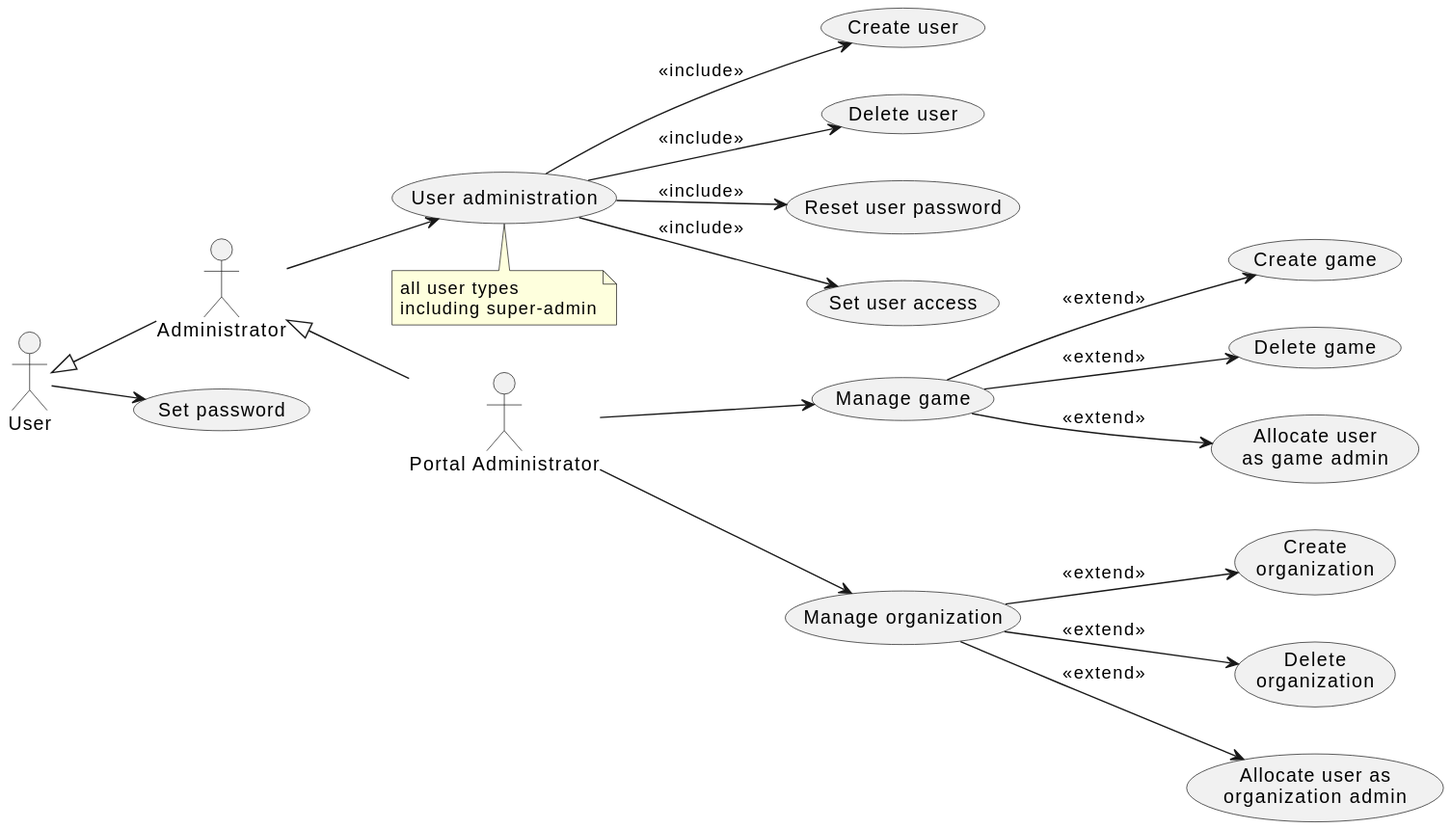
Above: doc/1-use-cases/diagrams/portal-administration.svg in averbraeck/gscg-design (PlantUML), before the change.
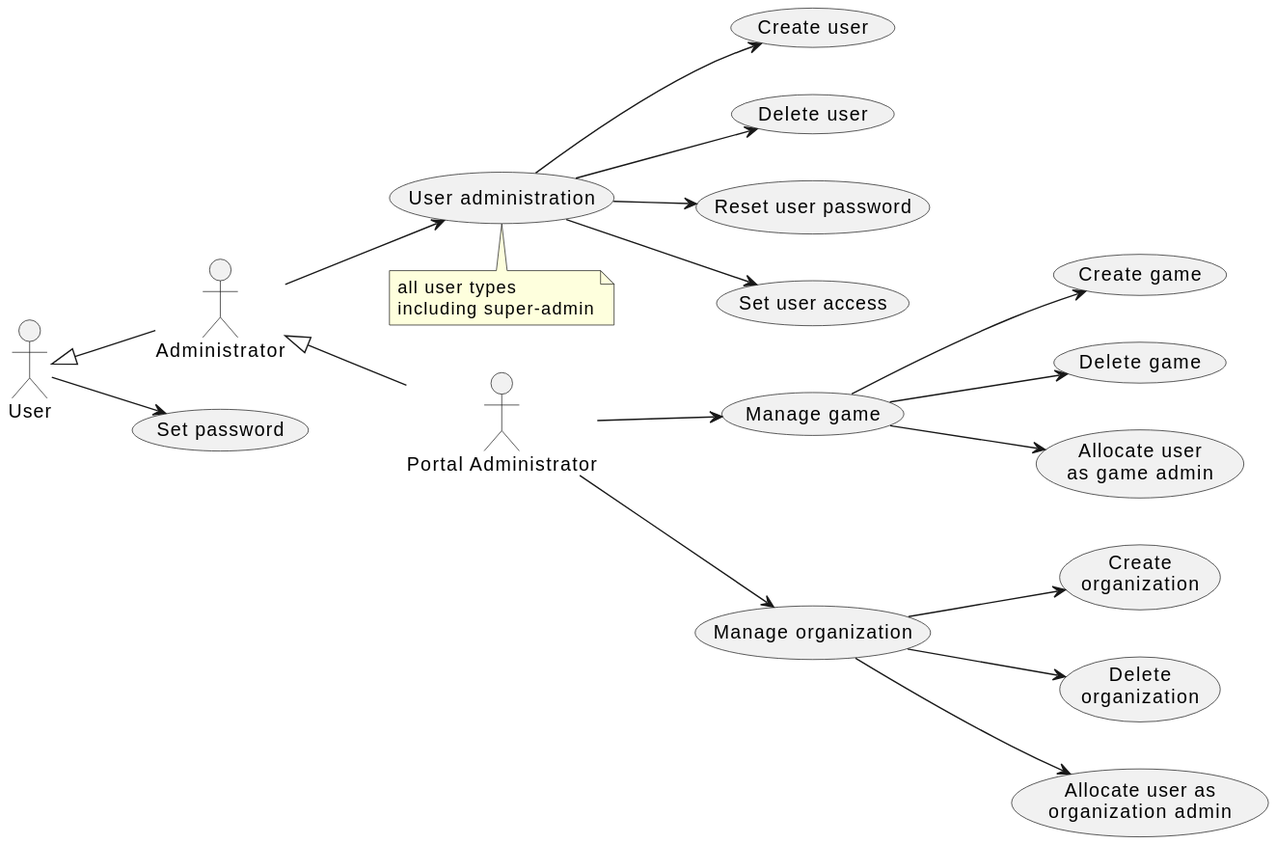
After the commit.

Diff of the diagram source:
```diff
@@ -13,18 +13,18 @@
   including super-admin
 end note
 
-(User administration) --> (Create user) : << include >>
-(User administration) --> (Delete user) : << include >>
-(User administration) --> (Reset user password) : << include >>
-(User administration) --> (Set user access) : << include >>
+(User administration) --> (Create user)
+(User administration) --> (Delete user)
+(User administration) --> (Reset user password)
+(User administration) --> (Set user access)
 
 PA --> (Manage game)
-(Manage game) --> (Create game) : << extend >>
-(Manage game) --> (Delete game) : << extend >>
-(Manage game) --> (Allocate user\nas game admin) : << extend >>
+(Manage game) --> (Create game)
+(Manage game) --> (Delete game)
+(Manage game) --> (Allocate user\nas game admin)
 
 PA --> (Manage organization)
-(Manage organization) --> (Create\norganization) : << extend >>
-(Manage organization) --> (Delete\norganization) : << extend >>
-(Manage organization) --> (Allocate user as\norganization admin) : << extend >>
+(Manage organization) --> (Create\norganization)
+(Manage organization) --> (Delete\norganization)
+(Manage organization) --> (Allocate user as\norganization admin)
 @enduml
```
